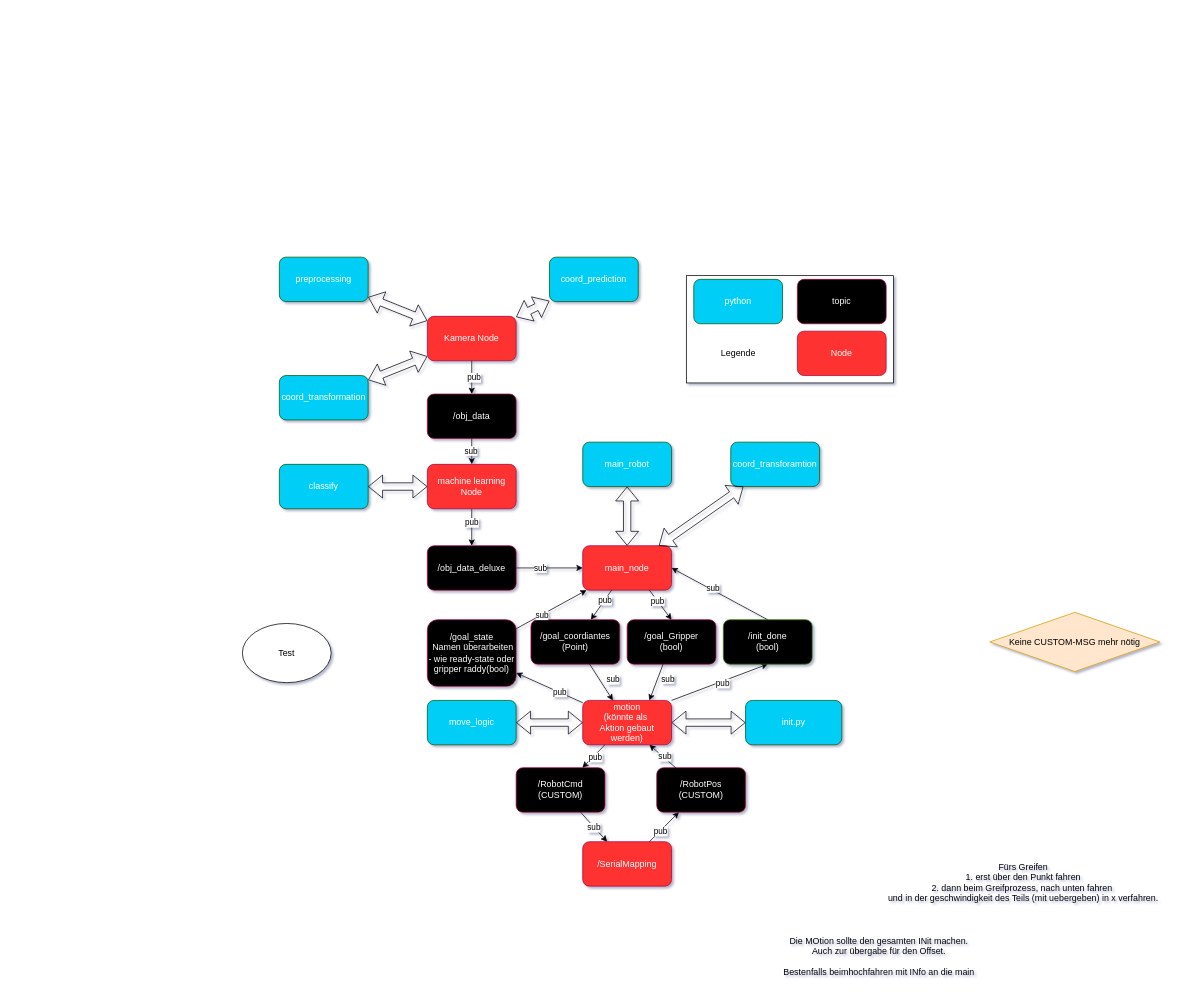
Above: misc/architecture/SW_architecture_v3_pending.drawio in ibinsandig/Portal-zur-Exmatrikulation (draw.io), before the change. Source tidied: cells renumbered, new cells numbered last; positions are measured from the earlier drawing's top-left corner, leaving out a move shared by most shapes. Both pictures are drawn from the tidied source at 74%, with x=0, y=0 at pixel (242, 257).
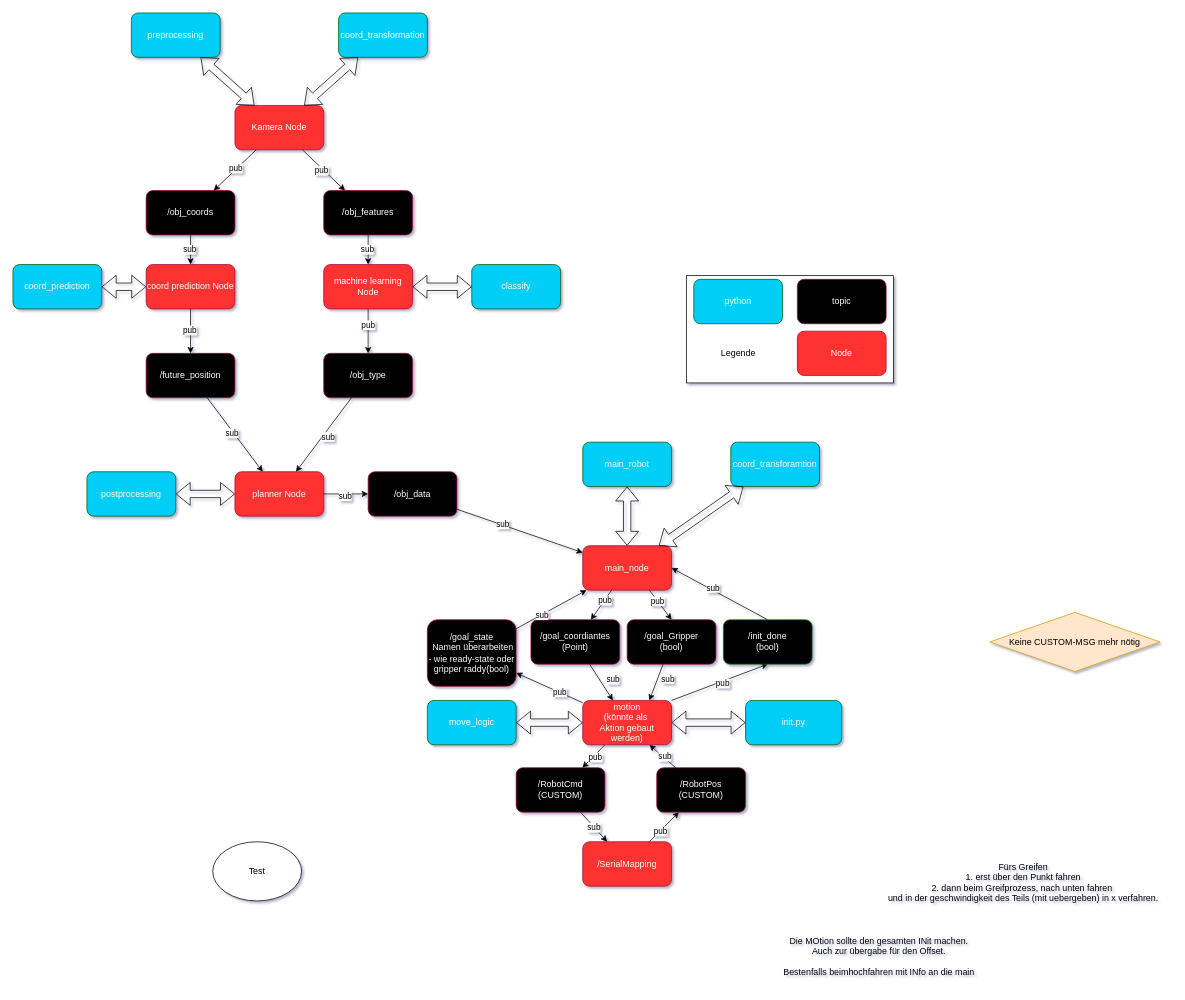
After the change.

Commit message (it also covers changes not shown here):
Update SW architecture and ObjData message structure

The change refers to these unchanged cells:
```xml
<mxCell id="12" value="main_node" style="rounded=1;whiteSpace=wrap;html=1;fillColor=#FF3333;fontColor=#ffffff;strokeColor=#A50040;" parent="1" vertex="1">
  <mxGeometry x="460" y="390" width="120" height="60" as="geometry" />
</mxCell>
```

What changed in the source:
```diff
@@
-    <mxCell id="2" value="Kamera Node" style="rounded=1;whiteSpace=wrap;html=1;fillColor=#FF3333;fontColor=#ffffff;strokeColor=#A50040;" parent="1" vertex="1">
-      <mxGeometry x="250" y="80" width="120" height="60" as="geometry" />
-    </mxCell>
-    <mxCell id="3" value="preprocessing" style="rounded=1;whiteSpace=wrap;html=1;fillColor=light-dark(#04cef6, #43ba43);fontColor=#ffffff;strokeColor=#005700;" parent="1" vertex="1">
-      <mxGeometry x="50" width="120" height="60" as="geometry" />
-    </mxCell>
-    <mxCell id="4" value="classify" style="rounded=1;whiteSpace=wrap;html=1;fillColor=light-dark(#04cef6, #43ba43);fontColor=#ffffff;strokeColor=#005700;" parent="1" vertex="1">
-      <mxGeometry x="50" y="280" width="120" height="60" as="geometry" />
-    </mxCell>
-    <mxCell id="5" value="coord_prediction" style="rounded=1;whiteSpace=wrap;html=1;fillColor=light-dark(#04cef6, #43ba43);fontColor=#ffffff;strokeColor=#005700;" parent="1" vertex="1">
-      <mxGeometry x="415" width="120" height="60" as="geometry" />
-    </mxCell>
-    <mxCell id="6" style="shape=flexArrow;endArrow=classic;startArrow=classic;html=1;" parent="1" edge="1" source="42" target="4">
-      <mxGeometry relative="1" as="geometry" />
-    </mxCell>
-    <mxCell id="7" style="shape=flexArrow;endArrow=classic;startArrow=classic;html=1;" parent="1" edge="1" source="2" target="3">
-      <mxGeometry relative="1" as="geometry" />
-    </mxCell>
-    <mxCell id="8" style="shape=flexArrow;endArrow=classic;startArrow=classic;html=1;" parent="1" edge="1" source="2" target="5">
-      <mxGeometry relative="1" as="geometry" />
-    </mxCell>
-    <mxCell id="9" value="/obj_data" style="rounded=1;whiteSpace=wrap;html=1;fillColor=#000000;fontColor=#ffffff;strokeColor=#A50040;" parent="1" vertex="1">
-      <mxGeometry x="250" y="185" width="120" height="60" as="geometry" />
-    </mxCell>
-    <mxCell id="10" style="edgeStyle=none;html=1;" parent="1" edge="1" source="2" target="9">
-      <mxGeometry relative="1" as="geometry" />
-    </mxCell>
-    <mxCell id="11" value="pub" style="edgeLabel;html=1;align=center;verticalAlign=middle;" parent="10" vertex="1">
-      <mxGeometry x="-0.03" y="2" relative="1" as="geometry" />
-    </mxCell>
@@
     <mxCell id="20" value="Test" style="ellipse;whiteSpace=wrap;html=1;" parent="1" vertex="1">
-      <mxGeometry y="495" width="120" height="80" as="geometry" />
+      <mxGeometry x="-40" y="790" width="120" height="80" as="geometry" />
     </mxCell>
@@
-    <mxCell id="36" style="endArrow=classic;html=1;" parent="1" edge="1" source="9" target="42">
-      <mxGeometry relative="1" as="geometry" />
-    </mxCell>
-    <mxCell id="37" value="sub" style="edgeLabel;html=1;align=center;verticalAlign=middle;" parent="36" vertex="1">
-      <mxGeometry x="-0.07" y="-2" relative="1" as="geometry" />
-    </mxCell>
@@
-    <mxCell id="40" style="edgeStyle=none;html=1;" parent="1" edge="1" source="42" target="47">
-      <mxGeometry relative="1" as="geometry" />
-    </mxCell>
-    <mxCell id="41" value="pub" style="edgeLabel;html=1;align=center;verticalAlign=middle;" parent="40" vertex="1">
-      <mxGeometry x="-0.3" y="-1" relative="1" as="geometry" />
-    </mxCell>
-    <mxCell id="42" value="machine learning Node" style="rounded=1;whiteSpace=wrap;html=1;fillColor=#FF3333;fontColor=#ffffff;strokeColor=#A50040;" parent="1" vertex="1">
-      <mxGeometry x="250" y="280" width="120" height="60" as="geometry" />
-    </mxCell>
-    <mxCell id="43" value="coord_transformation" style="rounded=1;whiteSpace=wrap;html=1;fillColor=light-dark(#04cef6, #43ba43);fontColor=#ffffff;strokeColor=#005700;" parent="1" vertex="1">
-      <mxGeometry x="50" y="160" width="120" height="60" as="geometry" />
-    </mxCell>
-    <mxCell id="44" style="shape=flexArrow;endArrow=classic;startArrow=classic;html=1;" parent="1" edge="1" source="43" target="2">
-      <mxGeometry relative="1" as="geometry" />
-    </mxCell>
-    <mxCell id="45" style="edgeStyle=none;html=1;" parent="1" edge="1" source="47" target="12">
+    <mxCell id="45" style="edgeStyle=none;html=1;" parent="1" edge="1" source="9" target="12">
       <mxGeometry relative="1" as="geometry" />
     </mxCell>
@@
-    <mxCell id="47" value="/obj_data_deluxe" style="rounded=1;whiteSpace=wrap;html=1;fillColor=light-dark(#000000, #ff7777);fontColor=#ffffff;strokeColor=#A50040;" parent="1" vertex="1">
-      <mxGeometry x="250" y="390" width="120" height="60" as="geometry" />
-    </mxCell>
@@
+    <mxCell id="2" value="Kamera Node" style="rounded=1;whiteSpace=wrap;html=1;fillColor=#FF3333;fontColor=#ffffff;strokeColor=#A50040;" parent="1" vertex="1">
+      <mxGeometry x="-10" y="-205" width="120" height="60" as="geometry" />
+    </mxCell>
+    <mxCell id="3" value="preprocessing" style="rounded=1;whiteSpace=wrap;html=1;fillColor=light-dark(#04cef6, #43ba43);fontColor=#ffffff;strokeColor=#005700;" parent="1" vertex="1">
+      <mxGeometry x="-150" y="-330" width="120" height="60" as="geometry" />
+    </mxCell>
+    <mxCell id="4" value="classify" style="rounded=1;whiteSpace=wrap;html=1;fillColor=light-dark(#04cef6, #43ba43);fontColor=#ffffff;strokeColor=#005700;" parent="1" vertex="1">
+      <mxGeometry x="310" y="10" width="120" height="60" as="geometry" />
+    </mxCell>
+    <mxCell id="5" value="coord_prediction" style="rounded=1;whiteSpace=wrap;html=1;fillColor=light-dark(#04cef6, #43ba43);fontColor=#ffffff;strokeColor=#005700;" parent="1" vertex="1">
+      <mxGeometry x="-310" y="10" width="120" height="60" as="geometry" />
+    </mxCell>
+    <mxCell id="72" style="edgeStyle=none;html=1;" parent="1" edge="1" source="42" target="74">
+      <mxGeometry relative="1" as="geometry" />
+    </mxCell>
+    <mxCell id="73" value="pub" style="edgeLabel;html=1;align=center;verticalAlign=middle;" parent="72" vertex="1">
+      <mxGeometry x="-0.3" y="-1" relative="1" as="geometry" />
+    </mxCell>
+    <mxCell id="42" value="machine learning Node" style="rounded=1;whiteSpace=wrap;html=1;fillColor=#FF3333;fontColor=#ffffff;strokeColor=#A50040;" parent="1" vertex="1">
+      <mxGeometry x="110" y="10" width="120" height="60" as="geometry" />
+    </mxCell>
+    <mxCell id="43" value="coord_transformation" style="rounded=1;whiteSpace=wrap;html=1;fillColor=light-dark(#04cef6, #43ba43);fontColor=#ffffff;strokeColor=#005700;" parent="1" vertex="1">
+      <mxGeometry x="130" y="-330" width="120" height="60" as="geometry" />
+    </mxCell>
+    <mxCell id="74" value="/obj_type" style="rounded=1;whiteSpace=wrap;html=1;fillColor=light-dark(#000000, #ff7777);fontColor=#ffffff;strokeColor=#A50040;" parent="1" vertex="1">
+      <mxGeometry x="110" y="130" width="120" height="60" as="geometry" />
+    </mxCell>
+    <mxCell id="75" value="coord prediction Node" style="rounded=1;whiteSpace=wrap;html=1;fillColor=#FF3333;fontColor=#ffffff;strokeColor=#A50040;" parent="1" vertex="1">
+      <mxGeometry x="-130" y="10" width="120" height="60" as="geometry" />
+    </mxCell>
+    <mxCell id="76" style="shape=flexArrow;endArrow=classic;startArrow=classic;html=1;" parent="1" edge="1" source="93" target="98">
+      <mxGeometry relative="1" as="geometry" />
+    </mxCell>
+    <mxCell id="77" value="/obj_coords" style="rounded=1;whiteSpace=wrap;html=1;fillColor=#000000;fontColor=#ffffff;strokeColor=#A50040;" parent="1" vertex="1">
+      <mxGeometry x="-130" y="-90" width="120" height="60" as="geometry" />
+    </mxCell>
+    <mxCell id="78" value="/obj_features" style="rounded=1;whiteSpace=wrap;html=1;fillColor=#000000;fontColor=#ffffff;strokeColor=#A50040;" parent="1" vertex="1">
+      <mxGeometry x="110" y="-90" width="120" height="60" as="geometry" />
+    </mxCell>
+    <mxCell id="7" style="shape=flexArrow;endArrow=classic;startArrow=classic;html=1;" parent="1" edge="1" source="2" target="3">
+      <mxGeometry relative="1" as="geometry" />
+    </mxCell>
+    <mxCell id="79" style="endArrow=classic;html=1;" parent="1" edge="1" source="2" target="78">
+      <mxGeometry relative="1" as="geometry" />
+    </mxCell>
+    <mxCell id="80" value="pub" style="edgeLabel;html=1;align=center;verticalAlign=middle;" parent="79" vertex="1">
+      <mxGeometry x="-0.07" y="-2" relative="1" as="geometry" />
+    </mxCell>
+    <mxCell id="81" style="endArrow=classic;html=1;" parent="1" edge="1" source="78" target="42">
+      <mxGeometry relative="1" as="geometry" />
+    </mxCell>
+    <mxCell id="82" value="sub" style="edgeLabel;html=1;align=center;verticalAlign=middle;" parent="81" vertex="1">
+      <mxGeometry x="-0.07" y="-2" relative="1" as="geometry" />
+    </mxCell>
+    <mxCell id="83" style="endArrow=classic;html=1;" parent="1" edge="1" source="75" target="92">
+      <mxGeometry relative="1" as="geometry" />
+    </mxCell>
+    <mxCell id="84" value="pub" style="edgeLabel;html=1;align=center;verticalAlign=middle;" parent="83" vertex="1">
+      <mxGeometry x="-0.07" y="-2" relative="1" as="geometry" />
+    </mxCell>
+    <mxCell id="85" style="endArrow=classic;html=1;" parent="1" edge="1" source="2" target="77">
+      <mxGeometry relative="1" as="geometry" />
+    </mxCell>
+    <mxCell id="86" value="pub" style="edgeLabel;html=1;align=center;verticalAlign=middle;" parent="85" vertex="1">
+      <mxGeometry x="-0.07" y="-2" relative="1" as="geometry" />
+    </mxCell>
+    <mxCell id="87" style="endArrow=classic;html=1;" parent="1" edge="1" source="77" target="75">
+      <mxGeometry relative="1" as="geometry" />
+    </mxCell>
+    <mxCell id="88" value="sub" style="edgeLabel;html=1;align=center;verticalAlign=middle;" parent="87" vertex="1">
+      <mxGeometry x="-0.07" y="-2" relative="1" as="geometry" />
+    </mxCell>
+    <mxCell id="89" style="shape=flexArrow;endArrow=classic;startArrow=classic;html=1;" parent="1" edge="1" source="4" target="42">
+      <mxGeometry relative="1" as="geometry" />
+    </mxCell>
+    <mxCell id="90" style="shape=flexArrow;endArrow=classic;startArrow=classic;html=1;" parent="1" edge="1" source="2" target="43">
+      <mxGeometry relative="1" as="geometry" />
+    </mxCell>
+    <mxCell id="91" style="shape=flexArrow;endArrow=classic;startArrow=classic;html=1;" parent="1" edge="1" source="75" target="5">
+      <mxGeometry relative="1" as="geometry" />
+    </mxCell>
+    <mxCell id="92" value="/future_position" style="rounded=1;whiteSpace=wrap;html=1;fillColor=light-dark(#000000, #ff7777);fontColor=#ffffff;strokeColor=#A50040;" parent="1" vertex="1">
+      <mxGeometry x="-130" y="130" width="120" height="60" as="geometry" />
+    </mxCell>
+    <mxCell id="93" value="planner Node" style="rounded=1;whiteSpace=wrap;html=1;fillColor=#FF3333;fontColor=#ffffff;strokeColor=#A50040;" parent="1" vertex="1">
+      <mxGeometry x="-10" y="290" width="120" height="60" as="geometry" />
+    </mxCell>
+    <mxCell id="94" style="edgeStyle=none;html=1;" parent="1" edge="1" source="74" target="93">
+      <mxGeometry relative="1" as="geometry" />
+    </mxCell>
+    <mxCell id="95" value="sub" style="edgeLabel;html=1;align=center;verticalAlign=middle;" parent="94" vertex="1">
+      <mxGeometry x="-0.3" y="-1" relative="1" as="geometry">
+        <mxPoint x="-5" y="18" as="offset" />
+      </mxGeometry>
+    </mxCell>
+    <mxCell id="96" style="endArrow=classic;html=1;" parent="1" edge="1" source="92" target="93">
+      <mxGeometry relative="1" as="geometry" />
+    </mxCell>
+    <mxCell id="97" value="sub" style="edgeLabel;html=1;align=center;verticalAlign=middle;" parent="96" vertex="1">
+      <mxGeometry x="-0.07" y="-2" relative="1" as="geometry" />
+    </mxCell>
+    <mxCell id="98" value="postprocessing" style="rounded=1;whiteSpace=wrap;html=1;fillColor=light-dark(#04cef6, #43ba43);fontColor=#ffffff;strokeColor=#005700;" parent="1" vertex="1">
+      <mxGeometry x="-210" y="290" width="120" height="60" as="geometry" />
+    </mxCell>
+    <mxCell id="9" value="/obj_data" style="rounded=1;whiteSpace=wrap;html=1;fillColor=#000000;fontColor=#ffffff;strokeColor=#A50040;" parent="1" vertex="1">
+      <mxGeometry x="170" y="290" width="120" height="60" as="geometry" />
+    </mxCell>
+    <mxCell id="99" style="endArrow=classic;html=1;" parent="1" edge="1" source="93" target="9">
+      <mxGeometry relative="1" as="geometry" />
+    </mxCell>
+    <mxCell id="100" value="sub" style="edgeLabel;html=1;align=center;verticalAlign=middle;" parent="99" vertex="1">
+      <mxGeometry x="-0.07" y="-2" relative="1" as="geometry" />
+    </mxCell>
```
